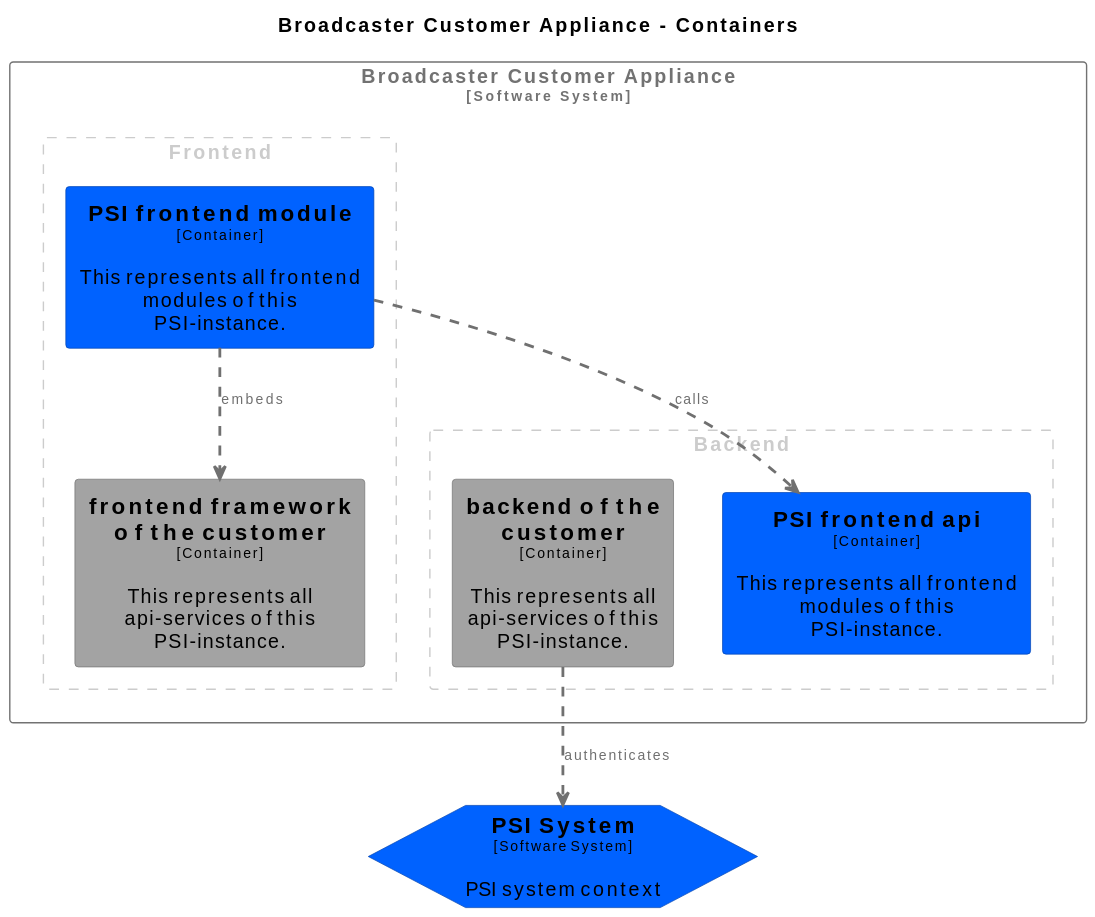
Earlier version of the PlantUML export docs/diagrams/out/structurizr-Containers_customer_appliance.svg (ZDF-Digital/psi-arch-suggestion-zdf). Source of this version:
```plantuml
@startuml
set separator none
title Broadcaster Customer Appliance - Containers

top to bottom direction

skinparam {
arrowFontSize 10
defaultTextAlignment center
wrapWidth 200
maxMessageSize 100
}

hide stereotype

skinparam hexagon<<PSISystem>> {
BackgroundColor #0062ff
FontColor #000000
BorderColor #0044b2
shadowing false
}
skinparam rectangle<<BroadcasterCustomerAppliance.PSIfrontendapi>> {
BackgroundColor #0062ff
FontColor #000000
BorderColor #0044b2
shadowing false
}
skinparam rectangle<<BroadcasterCustomerAppliance.PSIfrontendmodule>> {
BackgroundColor #0062ff
FontColor #000000
BorderColor #0044b2
shadowing false
}
skinparam rectangle<<BroadcasterCustomerAppliance.backendofthecustomer>> {
BackgroundColor #a3a3a3
FontColor #000000
BorderColor #727272
shadowing false
}
skinparam rectangle<<BroadcasterCustomerAppliance.frontendframeworkofthecustomer>> {
BackgroundColor #a3a3a3
FontColor #000000
BorderColor #727272
shadowing false
}
skinparam rectangle<<BroadcasterCustomerAppliance>> {
BorderColor #727272
FontColor #727272
shadowing false
}

hexagon "==PSI System\n<size:10>[Software System]</size>\n\nPSI system context" <<PSISystem>> as PSISystem

rectangle "Broadcaster Customer Appliance\n<size:10>[Software System]</size>" <<BroadcasterCustomerAppliance>> {
rectangle "Backend" <<group1>> {
skinparam RectangleBorderColor<<group1>> #cccccc
skinparam RectangleFontColor<<group1>> #cccccc
skinparam RectangleBorderStyle<<group1>> dashed

rectangle "==PSI frontend api\n<size:10>[Container]</size>\n\nThis represents all frontend modules of this PSI-instance." <<BroadcasterCustomerAppliance.PSIfrontendapi>> as BroadcasterCustomerAppliance.PSIfrontendapi
rectangle "==backend of the customer\n<size:10>[Container]</size>\n\nThis represents all api-services of this PSI-instance." <<BroadcasterCustomerAppliance.backendofthecustomer>> as BroadcasterCustomerAppliance.backendofthecustomer
}

rectangle "Frontend" <<group2>> {
skinparam RectangleBorderColor<<group2>> #cccccc
skinparam RectangleFontColor<<group2>> #cccccc
skinparam RectangleBorderStyle<<group2>> dashed

rectangle "==PSI frontend module\n<size:10>[Container]</size>\n\nThis represents all frontend modules of this PSI-instance." <<BroadcasterCustomerAppliance.PSIfrontendmodule>> as BroadcasterCustomerAppliance.PSIfrontendmodule
rectangle "==frontend framework of the customer\n<size:10>[Container]</size>\n\nThis represents all api-services of this PSI-instance." <<BroadcasterCustomerAppliance.frontendframeworkofthecustomer>> as BroadcasterCustomerAppliance.frontendframeworkofthecustomer
}

}

BroadcasterCustomerAppliance.PSIfrontendmodule .[#707070,thickness=2].> BroadcasterCustomerAppliance.frontendframeworkofthecustomer : "<color:#707070>embeds"
BroadcasterCustomerAppliance.PSIfrontendmodule .[#707070,thickness=2].> BroadcasterCustomerAppliance.PSIfrontendapi : "<color:#707070>calls"
BroadcasterCustomerAppliance.backendofthecustomer .[#707070,thickness=2].> PSISystem : "<color:#707070>authenticates"
@enduml
```
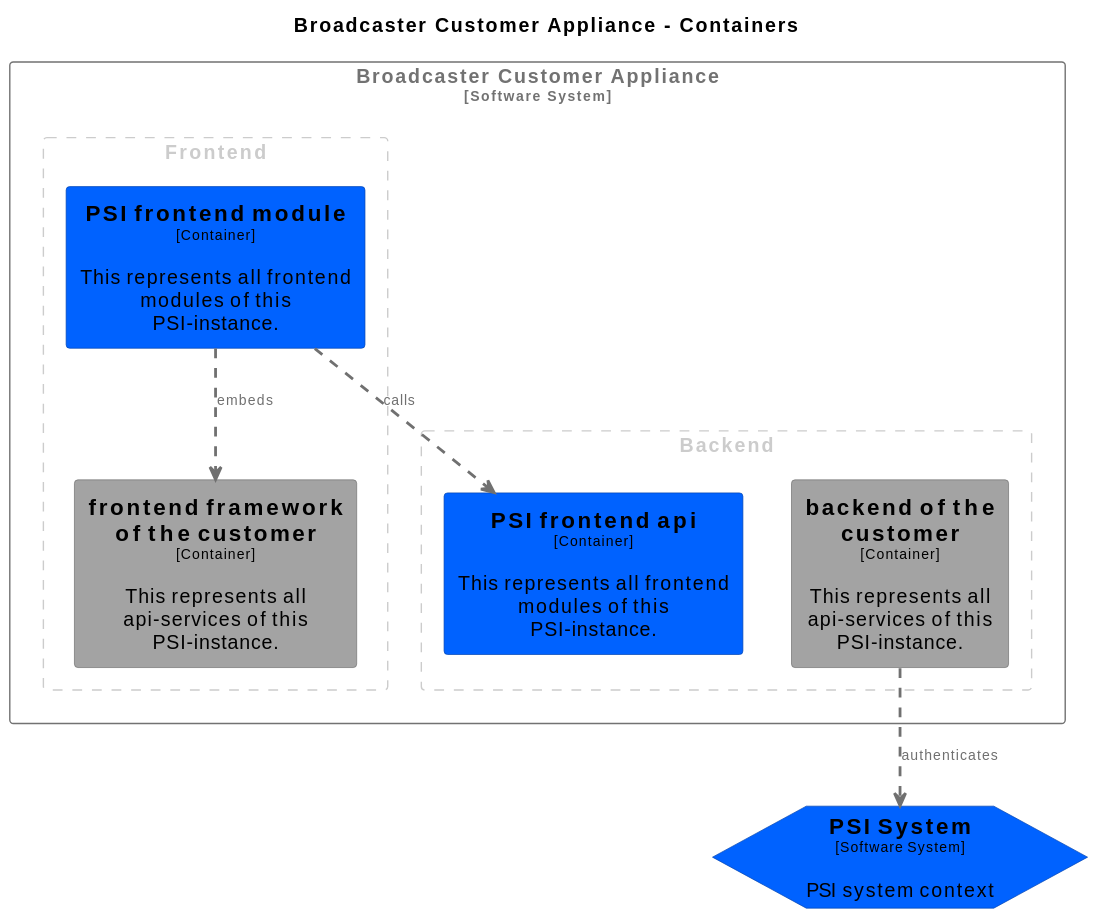
After the change.

The edit, as a diff of the source:
```diff
@@ -52,7 +52,7 @@
 hexagon "==PSI System\n<size:10>[Software System]</size>\n\nPSI system context" <<PSISystem>> as PSISystem
 
 rectangle "Broadcaster Customer Appliance\n<size:10>[Software System]</size>" <<BroadcasterCustomerAppliance>> {
-rectangle "Backend" <<group1>> {
+rectangle "Backend" <<group1>> as group1 {
 skinparam RectangleBorderColor<<group1>> #cccccc
 skinparam RectangleFontColor<<group1>> #cccccc
 skinparam RectangleBorderStyle<<group1>> dashed
@@ -61,7 +61,7 @@
 rectangle "==backend of the customer\n<size:10>[Container]</size>\n\nThis represents all api-services of this PSI-instance." <<BroadcasterCustomerAppliance.backendofthecustomer>> as BroadcasterCustomerAppliance.backendofthecustomer
 }
 
-rectangle "Frontend" <<group2>> {
+rectangle "Frontend" <<group2>> as group2 {
 skinparam RectangleBorderColor<<group2>> #cccccc
 skinparam RectangleFontColor<<group2>> #cccccc
 skinparam RectangleBorderStyle<<group2>> dashed
```
